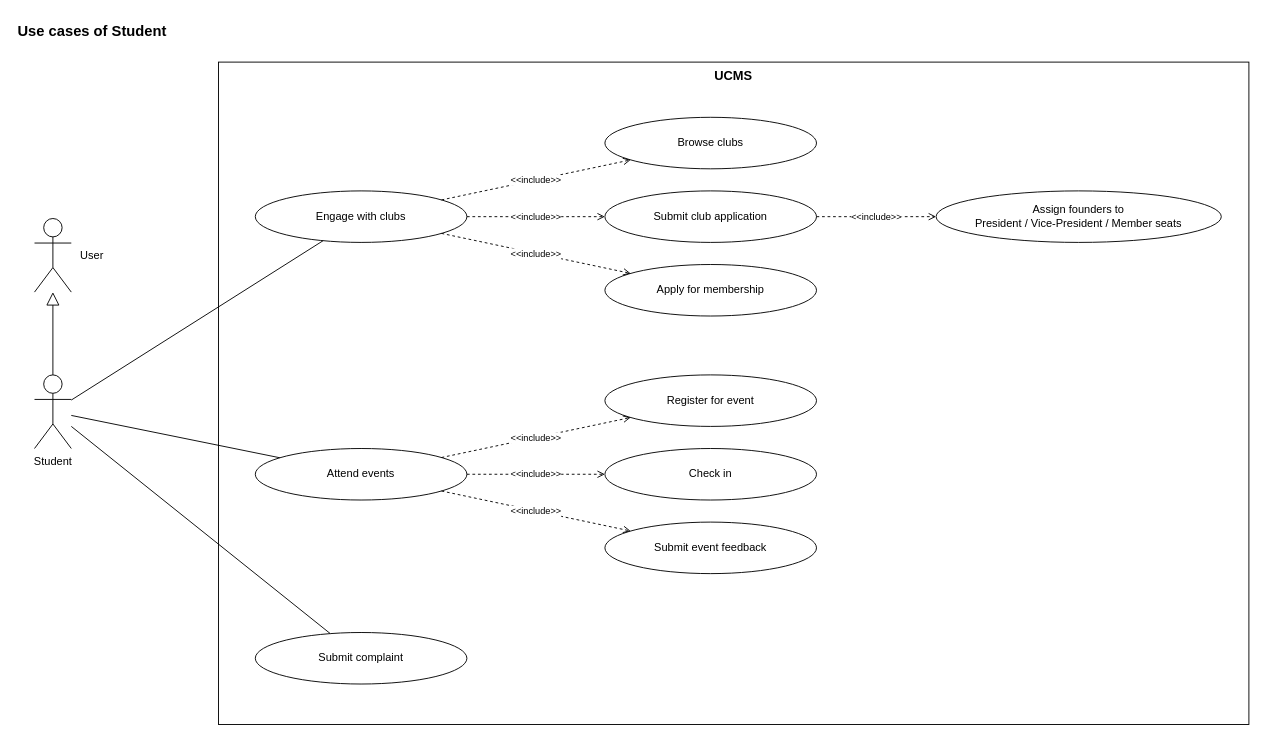
nvdekay/ClubManagementSystem keeps this draw.io diagram as page "Student" (2 of 9) of docs/03-diagrams/UCMS_UseCase_ByActor.drawio. Above is the earlier version. Source tidied: cells renumbered, new cells numbered last; positions are measured from the earlier drawing's top-left corner, leaving out a move shared by most shapes. Both pictures are drawn from the tidied source at 92%, with x=0, y=0 at pixel (16, 16).
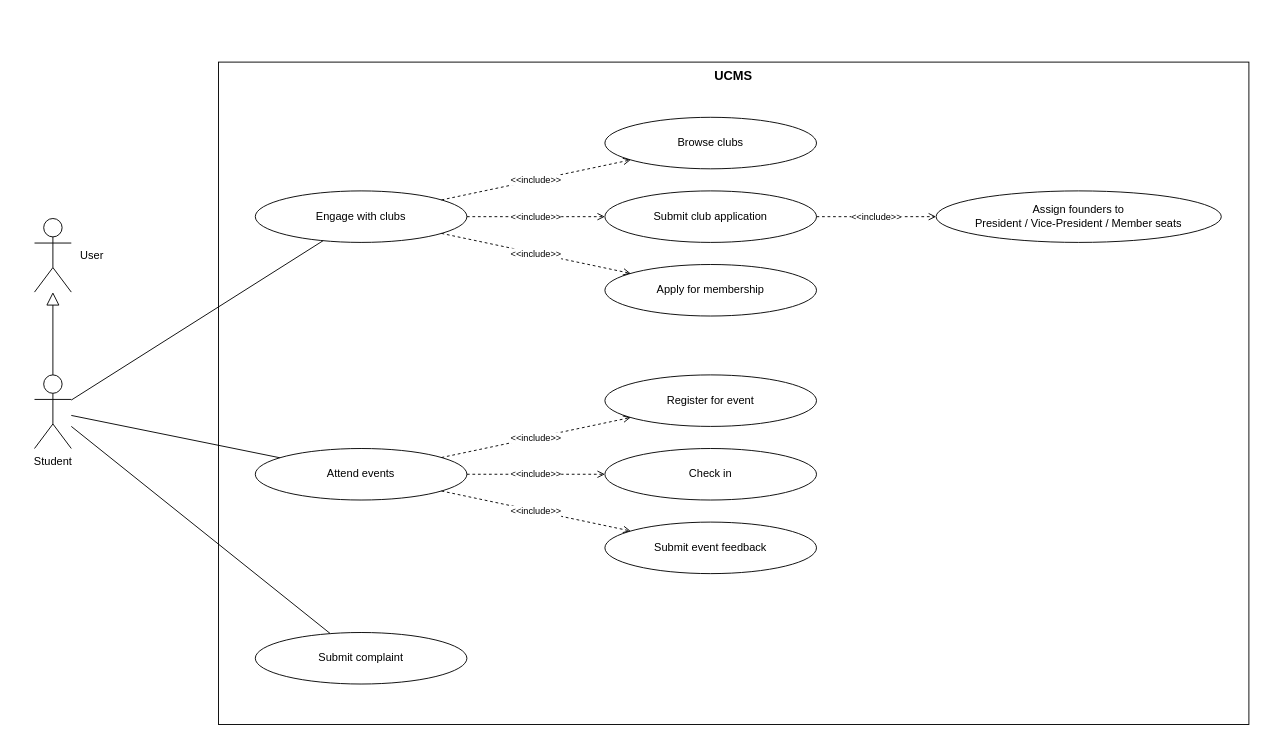
After the change.

The edit, as a diff of the source:
```diff
@@
-    <mxCell id="2" value="Use cases of Student" style="text;html=1;fontStyle=1;fontSize=16;align=left;" parent="1" vertex="1">
-      <mxGeometry width="900" height="30" as="geometry" />
-    </mxCell>
```
